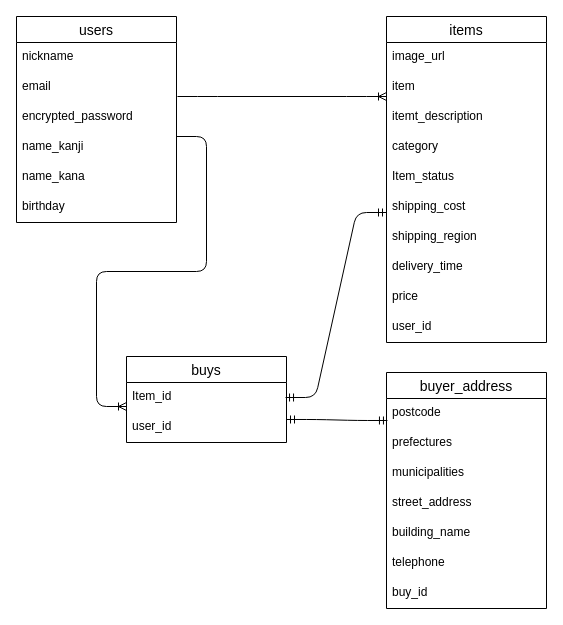
This is furima-41268.dio from h170311/furima-41268, a draw.io file, before an edit. Source tidied: cells renumbered, new cells numbered last; positions are measured from the earlier drawing's top-left corner, leaving out a move shared by most shapes. Both pictures are drawn from the tidied source at 100%, with x=0, y=0 at pixel (16, 16).
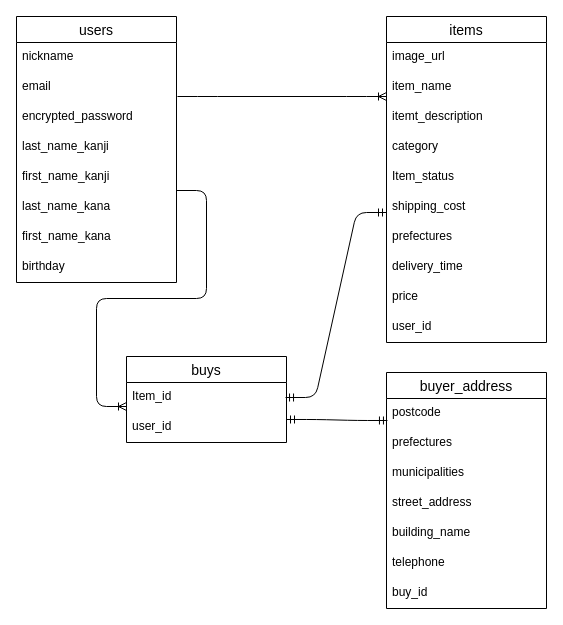
After the change.

Commit message (it also covers changes not shown here):
データベース修正１回目

Unchanged cells that the change refers to:
```xml
<mxCell id="9" value="items" style="swimlane;fontStyle=0;horizontal=1;startSize=26;align=center;fontSize=14;" parent="1" vertex="1">
  <mxGeometry x="370" width="160" height="326" as="geometry" />
</mxCell>
```

Diff of the diagram source:
```diff
@@
     <mxCell id="2" value="users" style="swimlane;fontStyle=0;horizontal=1;startSize=26;align=center;fontSize=14;" parent="1" vertex="1">
-      <mxGeometry width="160" height="206" as="geometry" />
+      <mxGeometry width="160" height="266" as="geometry" />
     </mxCell>
@@
-    <mxCell id="6" value="name_kanji" style="text;strokeColor=none;fillColor=none;spacingLeft=4;spacingRight=4;overflow=hidden;fontSize=12;" parent="2" vertex="1">
+    <mxCell id="6" value="last_name_kanji" style="text;strokeColor=none;fillColor=none;spacingLeft=4;spacingRight=4;overflow=hidden;fontSize=12;" parent="2" vertex="1">
       <mxGeometry y="116" width="160" height="30" as="geometry" />
     </mxCell>
+    <mxCell id="35" value="first_name_kanji" style="text;strokeColor=none;fillColor=none;spacingLeft=4;spacingRight=4;overflow=hidden;fontSize=12;" parent="2" vertex="1">
+      <mxGeometry y="146" width="160" height="30" as="geometry" />
+    </mxCell>
-    <mxCell id="7" value="name_kana" style="text;strokeColor=none;fillColor=none;spacingLeft=4;spacingRight=4;overflow=hidden;fontSize=12;" parent="2" vertex="1">
-      <mxGeometry y="146" width="160" height="30" as="geometry" />
+    <mxCell id="7" value="last_name_kana" style="text;strokeColor=none;fillColor=none;spacingLeft=4;spacingRight=4;overflow=hidden;fontSize=12;" parent="2" vertex="1">
+      <mxGeometry y="176" width="160" height="30" as="geometry" />
     </mxCell>
+    <mxCell id="36" value="first_name_kana" style="text;strokeColor=none;fillColor=none;spacingLeft=4;spacingRight=4;overflow=hidden;fontSize=12;" parent="2" vertex="1">
+      <mxGeometry y="206" width="160" height="30" as="geometry" />
+    </mxCell>
     <mxCell id="8" value="birthday" style="text;strokeColor=none;fillColor=none;spacingLeft=4;spacingRight=4;overflow=hidden;fontSize=12;" parent="2" vertex="1">
-      <mxGeometry y="176" width="160" height="30" as="geometry" />
+      <mxGeometry y="236" width="160" height="30" as="geometry" />
     </mxCell>
@@
-    <mxCell id="11" value="item" style="text;strokeColor=none;fillColor=none;spacingLeft=4;spacingRight=4;overflow=hidden;points=[[0,0.5],[1,0.5]];portConstraint=eastwest;fontSize=12;" parent="9" vertex="1">
+    <mxCell id="11" value="item_name" style="text;strokeColor=none;fillColor=none;spacingLeft=4;spacingRight=4;overflow=hidden;points=[[0,0.5],[1,0.5]];portConstraint=eastwest;fontSize=12;" parent="9" vertex="1">
       <mxGeometry y="56" width="160" height="30" as="geometry" />
     </mxCell>
@@
-    <mxCell id="16" value="shipping_region" style="text;strokeColor=none;fillColor=none;spacingLeft=4;spacingRight=4;overflow=hidden;fontSize=12;" parent="9" vertex="1">
+    <mxCell id="16" value="prefectures" style="text;strokeColor=none;fillColor=none;spacingLeft=4;spacingRight=4;overflow=hidden;fontSize=12;" parent="9" vertex="1">
       <mxGeometry y="206" width="160" height="30" as="geometry" />
     </mxCell>
@@
     <mxCell id="30" style="edgeStyle=entityRelationEdgeStyle;fontSize=12;html=1;endArrow=ERoneToMany;" parent="1" edge="1">
       <mxGeometry relative="1" as="geometry">
-        <mxPoint x="160" y="120" as="sourcePoint" />
+        <mxPoint x="160" y="174" as="sourcePoint" />
         <mxPoint x="110" y="390" as="targetPoint" />
       </mxGeometry>
     </mxCell>
```
